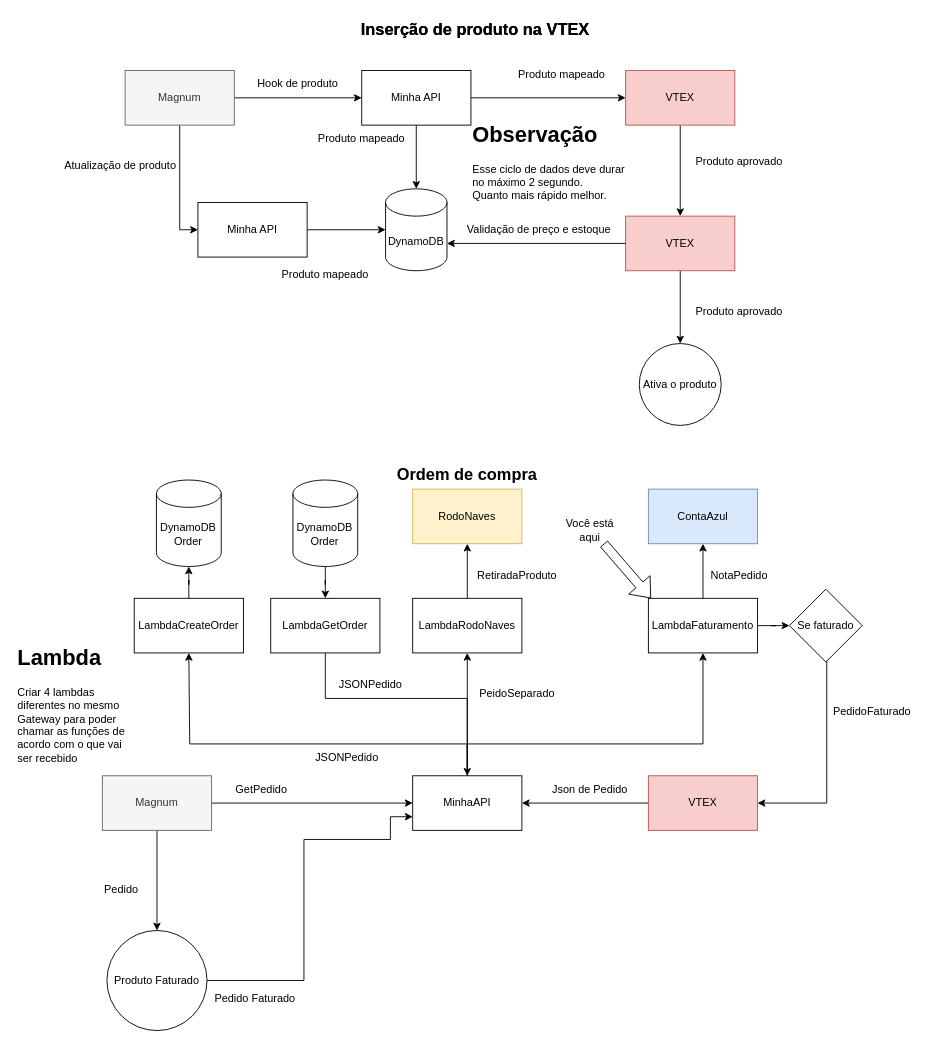
Before: fluxo-tech-magnum.drawio in GustavoOliveira11/flowcharts, a draw.io diagram. Source tidied: cells renumbered, new cells numbered last; positions are measured from the earlier drawing's top-left corner, leaving out a move shared by most shapes. Both pictures are drawn from the tidied source at 91%, with x=0, y=0 at pixel (15, 15).
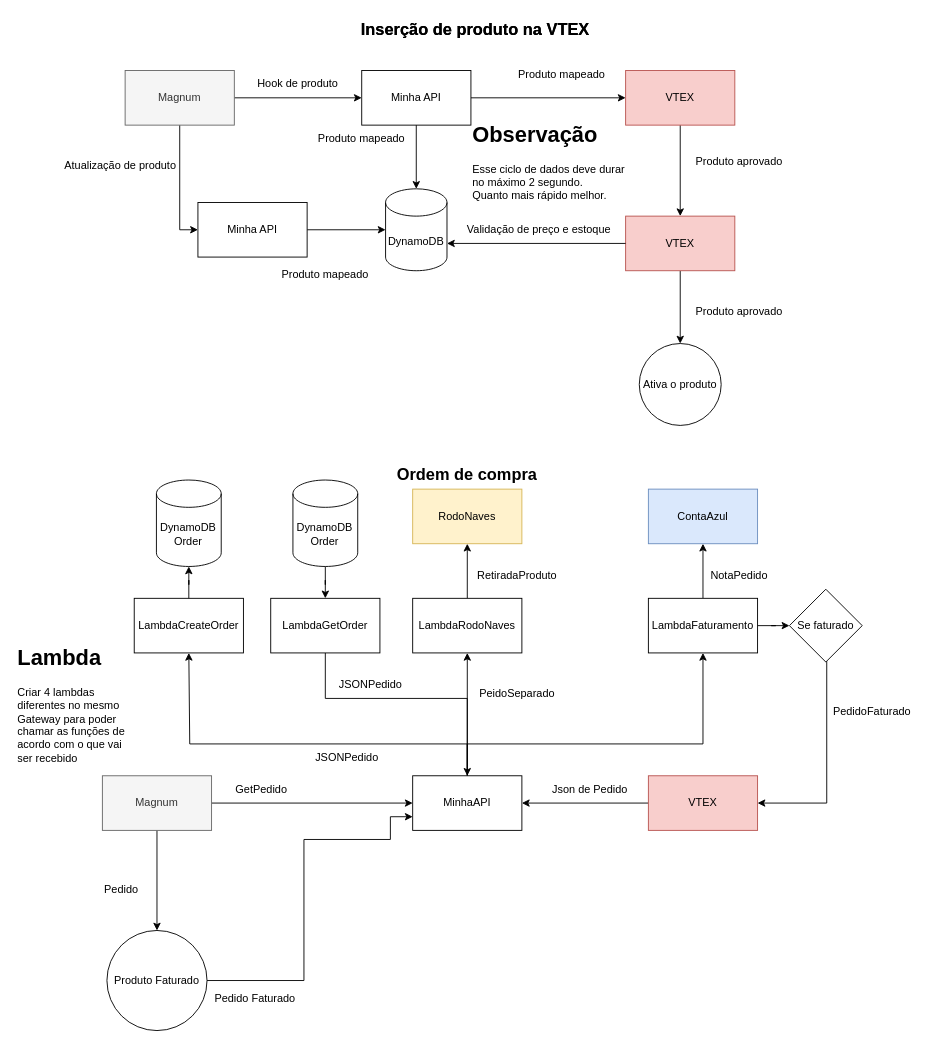
The same diagram, later.

Diff of the diagram source:
```diff
@@
-    <mxCell id="62" style="shape=flexArrow;endArrow=classic;html=1;rounded=0;exitX=0.75;exitY=1;exitDx=0;exitDy=0;" parent="1" edge="1" source="63">
-      <mxGeometry relative="1" as="geometry">
-        <mxPoint x="697.9" y="640" as="targetPoint" />
-      </mxGeometry>
-    </mxCell>
-    <mxCell id="63" value="Você está aqui" style="text;html=1;align=center;verticalAlign=middle;whiteSpace=wrap;rounded=0;" parent="1" vertex="1">
-      <mxGeometry x="601" y="550" width="60" height="30" as="geometry" />
-    </mxCell>
```
